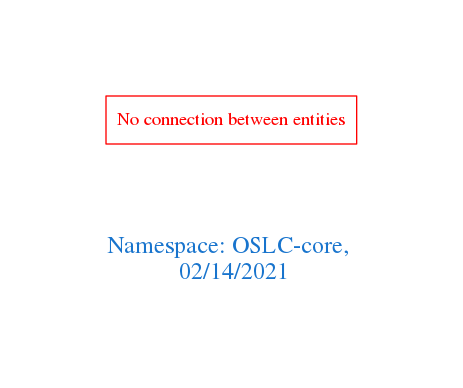
Before: downloads/OSLC-core.png, a diagram exported from Graphviz (arago/OGIT). Its source is kept beside it as downloads/OSLC-core.dot.
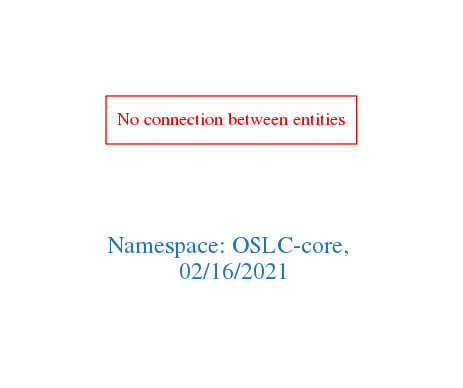
Later version of the same file.

What changed in the source:
```diff
@@ -1,7 +1,7 @@
 digraph OGIT_ontology {
  graph [ rankdir= LR,pad=1
 fontsize = 18,
-fontcolor= dodgerblue3,label = "\n\n\nNamespace: OSLC-core, \n 02/14/2021"];
+fontcolor= dodgerblue3,label = "\n\n\nNamespace: OSLC-core, \n 02/16/2021"];
 node[shape=polygon];
 edge [  color="gray81"];
 
```
